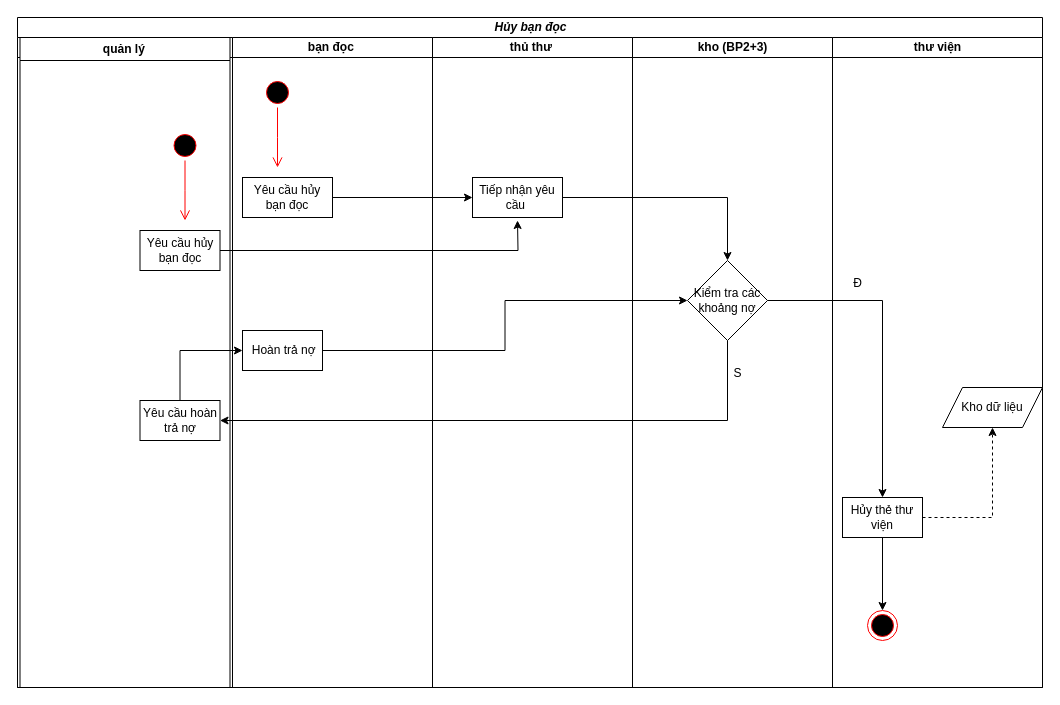
vqh17062001/PTTKHT keeps this draw.io diagram as page "Hủy bạn đọc" (2 of 11) of bài tap lớn/Biểu đồ hoạt động.drawio. Above is the earlier version. Source tidied: cells renumbered, new cells numbered last; positions are measured from the earlier drawing's top-left corner, leaving out a move shared by most shapes. Both pictures are drawn from the tidied source at 100%, with x=0, y=0 at pixel (17, 17).
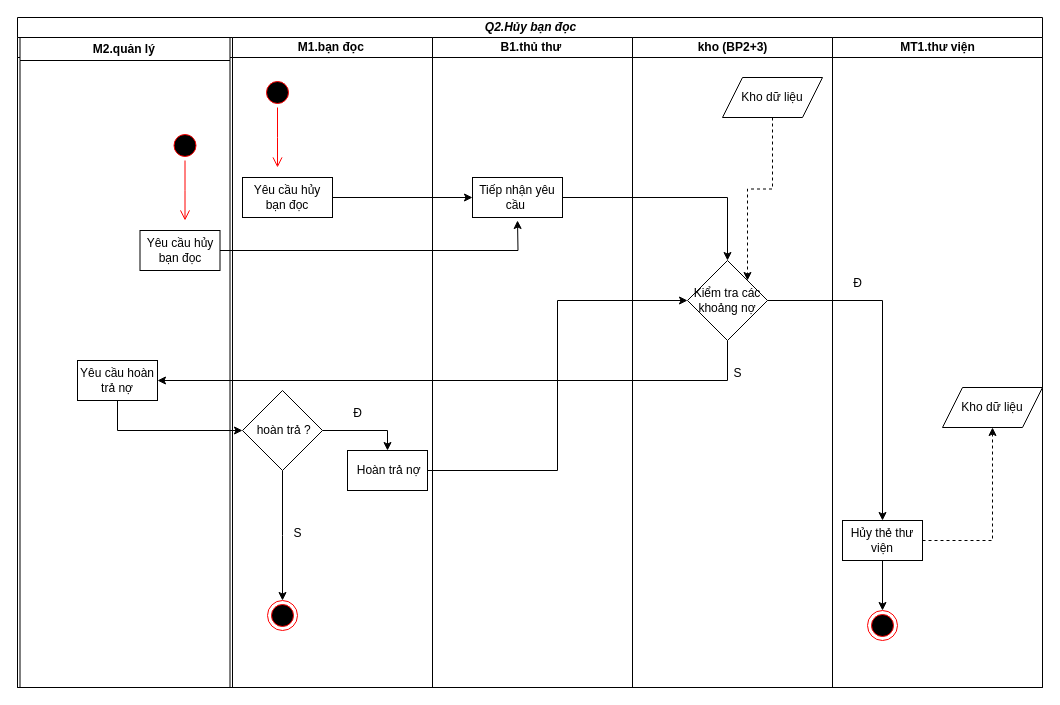
The same page after the edit.

Unchanged cells that the change refers to:
```xml
<mxCell id="3" style="swimlane;startSize=20;html=1;" parent="2" vertex="1">
  <mxGeometry y="20" width="215" height="650" as="geometry" />
</mxCell>
<mxCell id="10" style="swimlane;startSize=20;html=1;" parent="2" vertex="1">
  <mxGeometry x="215" y="20" width="200" height="650" as="geometry" />
</mxCell>
<mxCell id="18" value="&lt;b&gt;kho (BP2+3)&lt;/b&gt;" style="swimlane;startSize=20;html=1;" parent="2" vertex="1">
  <mxGeometry x="615" y="20" width="200" height="650" as="geometry" />
</mxCell>
<mxCell id="19" value="Kiểm tra các khoảng nợ" style="rhombus;whiteSpace=wrap;html=1;" parent="18" vertex="1">
  <mxGeometry x="55" y="223" width="80" height="80" as="geometry" />
</mxCell>
```

Diff of the diagram source:
```diff
@@
-    <mxCell id="2" value="&lt;b&gt;&lt;i&gt;Hủy bạn đọc&lt;/i&gt;&lt;/b&gt;" style="swimlane;startSize=20;html=1;" parent="1" vertex="1">
+    <mxCell id="2" value="&lt;b&gt;&lt;i&gt;Q2.Hủy bạn đọc&lt;/i&gt;&lt;/b&gt;" style="swimlane;startSize=20;html=1;" parent="1" vertex="1">
       <mxGeometry width="1025" height="670" as="geometry" />
     </mxCell>
@@
-    <mxCell id="4" value="&lt;b&gt;quản lý&amp;nbsp;&lt;/b&gt;" style="swimlane;startSize=23;html=1;" parent="3" vertex="1">
+    <mxCell id="4" value="&lt;b&gt;M2.quản lý&amp;nbsp;&lt;/b&gt;" style="swimlane;startSize=23;html=1;" parent="3" vertex="1">
       <mxGeometry x="2.5" width="210" height="650" as="geometry" />
     </mxCell>
@@
     <mxCell id="9" value="Yêu cầu hoàn trả nợ" style="rounded=0;whiteSpace=wrap;html=1;" parent="4" vertex="1">
-      <mxGeometry x="120" y="363" width="80" height="40" as="geometry" />
+      <mxGeometry x="57.5" y="323" width="80" height="40" as="geometry" />
     </mxCell>
@@
-    <mxCell id="11" value="&lt;b&gt;bạn đọc&amp;nbsp;&lt;/b&gt;" style="swimlane;startSize=20;html=1;" parent="10" vertex="1">
+    <mxCell id="11" value="&lt;b&gt;M1.bạn đọc&amp;nbsp;&lt;/b&gt;" style="swimlane;startSize=20;html=1;" parent="10" vertex="1">
       <mxGeometry width="200" height="650" as="geometry" />
     </mxCell>
@@
     <mxCell id="15" value="&amp;nbsp;Hoàn trả nợ" style="rounded=0;whiteSpace=wrap;html=1;" parent="11" vertex="1">
-      <mxGeometry x="10" y="293" width="80" height="40" as="geometry" />
+      <mxGeometry x="115" y="413" width="80" height="40" as="geometry" />
     </mxCell>
+    <mxCell id="34" style="edgeStyle=orthogonalEdgeStyle;rounded=0;jettySize=auto;html=1;entryX=0.5;entryY=0;entryDx=0;entryDy=0;" parent="11" edge="1" source="36" target="15">
+      <mxGeometry relative="1" as="geometry" />
+    </mxCell>
+    <mxCell id="35" style="edgeStyle=orthogonalEdgeStyle;rounded=0;jettySize=auto;html=1;" parent="11" edge="1" source="36">
+      <mxGeometry relative="1" as="geometry">
+        <mxPoint x="50" y="563" as="targetPoint" />
+      </mxGeometry>
+    </mxCell>
+    <mxCell id="36" value="&amp;nbsp;hoàn trả ?" style="rhombus;whiteSpace=wrap;html=1;" parent="11" vertex="1">
+      <mxGeometry x="10" y="353" width="80" height="80" as="geometry" />
+    </mxCell>
+    <mxCell id="37" style="ellipse;html=1;shape=endState;fillColor=#000000;strokeColor=#ff0000;" parent="11" vertex="1">
+      <mxGeometry x="35" y="563" width="30" height="30" as="geometry" />
+    </mxCell>
-    <mxCell id="16" value="&lt;b&gt;thủ thư&amp;nbsp;&lt;/b&gt;" style="swimlane;startSize=20;html=1;" parent="2" vertex="1">
+    <mxCell id="16" value="&lt;b&gt;B1.thủ thư&amp;nbsp;&lt;/b&gt;" style="swimlane;startSize=20;html=1;" parent="2" vertex="1">
       <mxGeometry x="415" y="20" width="200" height="650" as="geometry" />
     </mxCell>
@@
+    <mxCell id="30" style="edgeStyle=orthogonalEdgeStyle;rounded=0;jettySize=auto;html=1;entryX=1;entryY=0.5;entryDx=0;entryDy=0;" parent="16" edge="1" source="19" target="9">
+      <mxGeometry relative="1" as="geometry">
+        <Array as="points">
+          <mxPoint x="295" y="343" />
+        </Array>
+      </mxGeometry>
+    </mxCell>
@@
+    <mxCell id="38" style="edgeStyle=orthogonalEdgeStyle;rounded=0;jettySize=auto;html=1;entryX=1;entryY=0;entryDx=0;entryDy=0;dashed=1;" parent="18" edge="1" source="39" target="19">
+      <mxGeometry relative="1" as="geometry" />
+    </mxCell>
+    <mxCell id="39" value="Kho dữ liệu" style="shape=parallelogram;perimeter=parallelogramPerimeter;whiteSpace=wrap;html=1;fixedSize=1;" parent="18" vertex="1">
+      <mxGeometry x="90" y="40" width="100" height="40" as="geometry" />
+    </mxCell>
-    <mxCell id="20" value="&lt;b&gt;thư viện&lt;/b&gt;" style="swimlane;startSize=20;html=1;" parent="2" vertex="1">
+    <mxCell id="20" value="&lt;b&gt;MT1.thư viện&lt;/b&gt;" style="swimlane;startSize=20;html=1;" parent="2" vertex="1">
       <mxGeometry x="815" y="20" width="210" height="650" as="geometry" />
     </mxCell>
@@
     <mxCell id="25" value="Hủy thẻ thư viện" style="rounded=0;whiteSpace=wrap;html=1;" parent="20" vertex="1">
-      <mxGeometry x="10" y="460" width="80" height="40" as="geometry" />
+      <mxGeometry x="10" y="483" width="80" height="40" as="geometry" />
     </mxCell>
@@
-    <mxCell id="30" style="edgeStyle=orthogonalEdgeStyle;rounded=0;jettySize=auto;html=1;entryX=1;entryY=0.5;entryDx=0;entryDy=0;" parent="2" edge="1" source="19" target="9">
-      <mxGeometry relative="1" as="geometry">
-        <Array as="points">
-          <mxPoint x="710" y="403" />
-        </Array>
-      </mxGeometry>
-    </mxCell>
-    <mxCell id="31" style="edgeStyle=orthogonalEdgeStyle;rounded=0;jettySize=auto;html=1;entryX=0;entryY=0.5;entryDx=0;entryDy=0;" parent="2" edge="1" source="9" target="15">
-      <mxGeometry relative="1" as="geometry">
-        <Array as="points">
-          <mxPoint x="162" y="333" />
-        </Array>
-      </mxGeometry>
-    </mxCell>
@@
+    <mxCell id="40" style="edgeStyle=orthogonalEdgeStyle;rounded=0;jettySize=auto;html=1;entryX=0;entryY=0.5;entryDx=0;entryDy=0;" parent="2" edge="1" source="9" target="36">
+      <mxGeometry relative="1" as="geometry">
+        <Array as="points">
+          <mxPoint x="100" y="413" />
+        </Array>
+      </mxGeometry>
+    </mxCell>
@@
+    <mxCell id="41" value="Đ" style="text;html=1;align=center;verticalAlign=middle;strokeColor=none;fillColor=none;" parent="1" vertex="1">
+      <mxGeometry x="325" y="381" width="30" height="30" as="geometry" />
+    </mxCell>
+    <mxCell id="42" value="S" style="text;html=1;align=center;verticalAlign=middle;strokeColor=none;fillColor=none;" parent="1" vertex="1">
+      <mxGeometry x="265" y="501" width="30" height="30" as="geometry" />
+    </mxCell>
```
